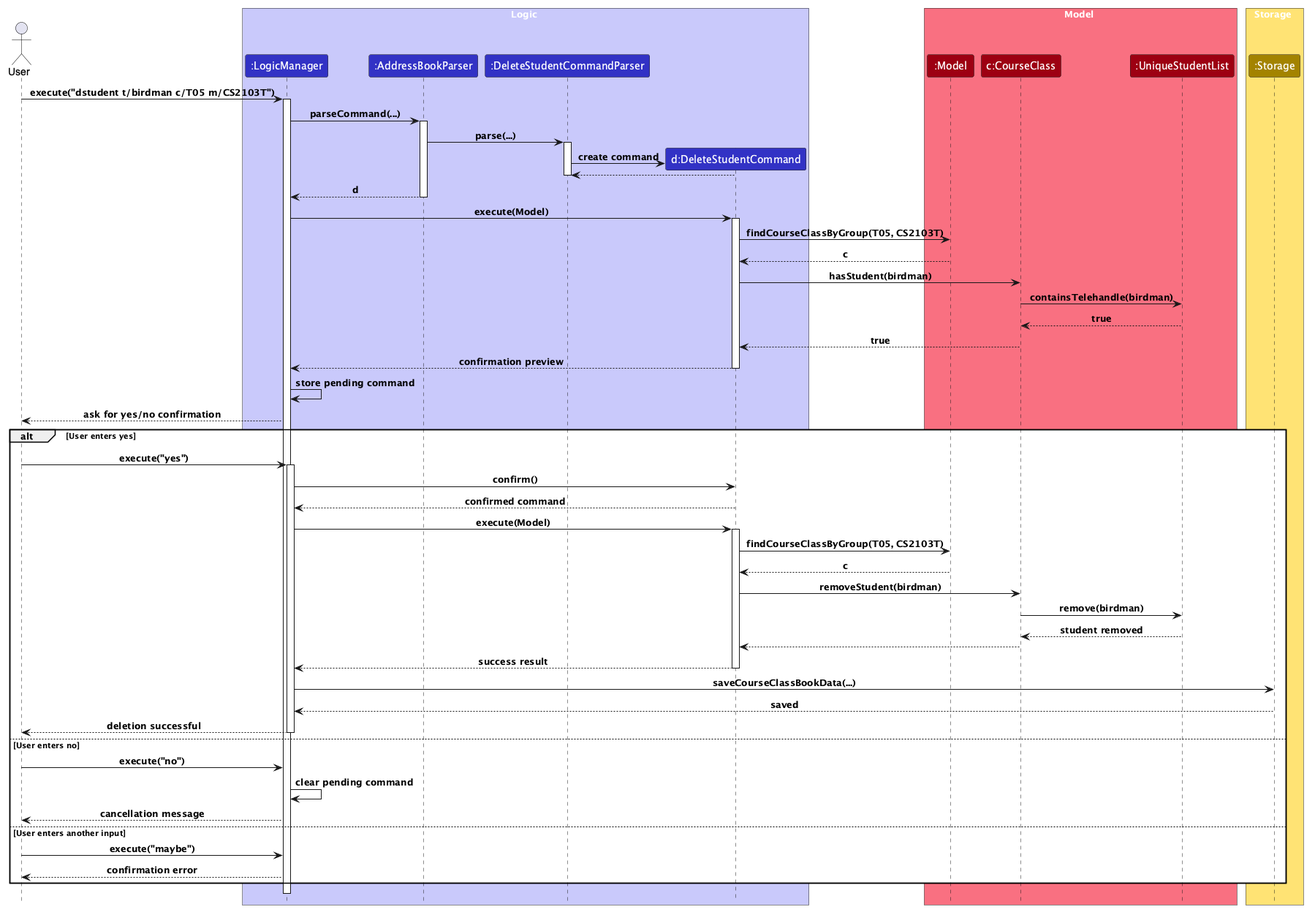
Earlier version of the PlantUML export docs/images/DeleteStudentSequenceDiagram.png (AY2627S1-CS2103T-F10-2/tp).
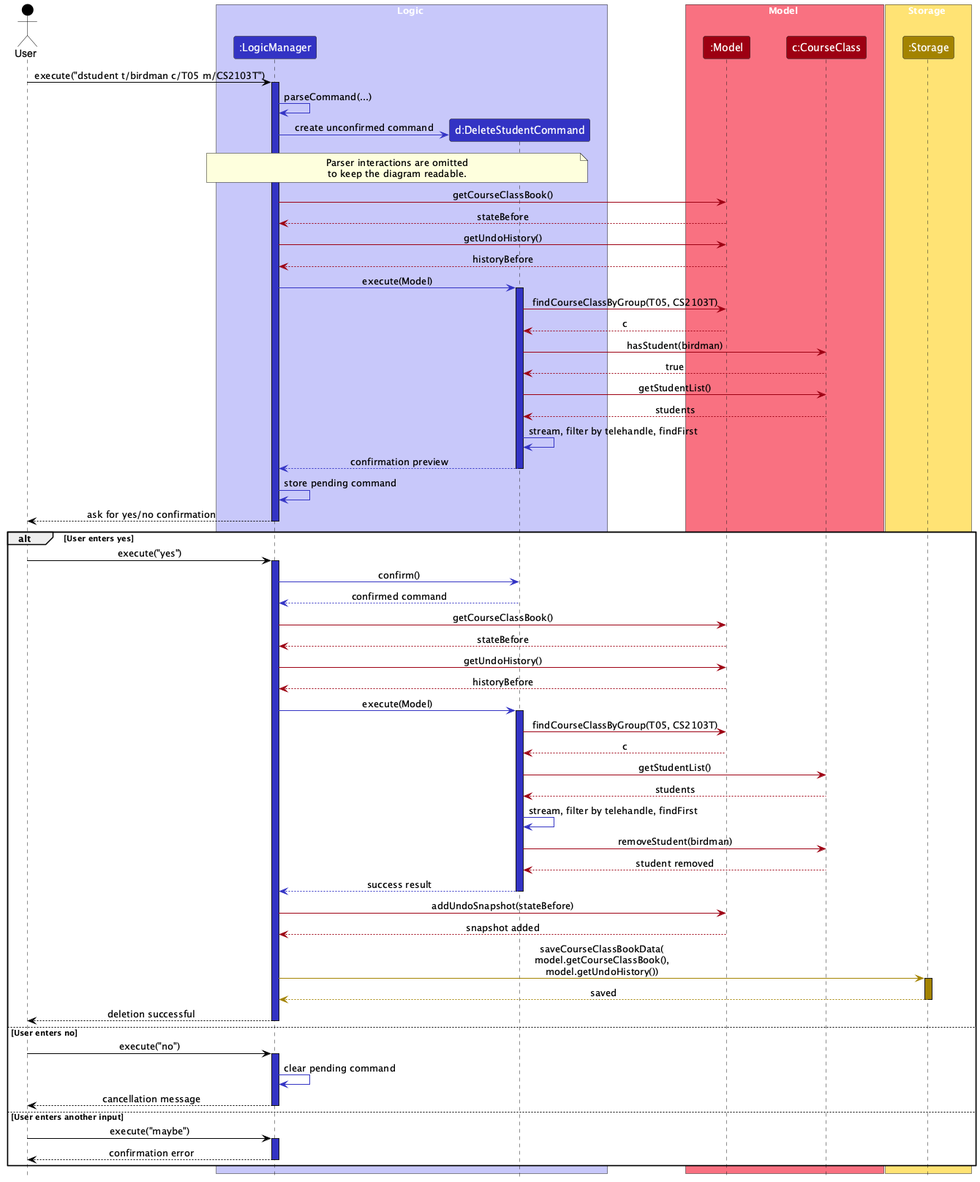
The same diagram one commit later.

Commit message:
docs: correct delete student sequence flow

Diff of the diagram source:
```diff
@@ -1,79 +1,92 @@
 @startuml
 !include style.puml
+skinparam ArrowFontStyle plain
 
-actor User
+actor User as user USER_COLOR
 
 box Logic LOGIC_COLOR_T1
 participant ":LogicManager" as LogicManager LOGIC_COLOR
-participant ":AddressBookParser" as AddressBookParser LOGIC_COLOR
-participant ":DeleteStudentCommandParser" as DeleteStudentCommandParser LOGIC_COLOR
 participant "d:DeleteStudentCommand" as DeleteStudentCommand LOGIC_COLOR
 end box
 
 box Model MODEL_COLOR_T1
 participant ":Model" as Model MODEL_COLOR
 participant "c:CourseClass" as CourseClass MODEL_COLOR
-participant ":UniqueStudentList" as UniqueStudentList MODEL_COLOR
 end box
 
 box Storage STORAGE_COLOR_T1
 participant ":Storage" as Storage STORAGE_COLOR
 end box
 
-User -> LogicManager : execute("dstudent t/birdman c/T05 m/CS2103T")
-activate LogicManager
+user -[USER_COLOR]> LogicManager : execute("dstudent t/birdman c/T05 m/CS2103T")
+activate LogicManager LOGIC_COLOR
+LogicManager -[LOGIC_COLOR]> LogicManager : parseCommand(...)
+create DeleteStudentCommand
+LogicManager -[LOGIC_COLOR]> DeleteStudentCommand : create unconfirmed command
+note over LogicManager, DeleteStudentCommand
+  Parser interactions are omitted
+  to keep the diagram readable.
+end note
 
-LogicManager -> AddressBookParser : parseCommand(...)
-activate AddressBookParser
-AddressBookParser -> DeleteStudentCommandParser : parse(...)
-activate DeleteStudentCommandParser
-create DeleteStudentCommand
-DeleteStudentCommandParser -> DeleteStudentCommand : create command
-DeleteStudentCommand --> DeleteStudentCommandParser
-deactivate DeleteStudentCommandParser
-AddressBookParser --> LogicManager : d
-deactivate AddressBookParser
+LogicManager -[MODEL_COLOR]> Model : getCourseClassBook()
+Model -[MODEL_COLOR]--> LogicManager : stateBefore
+LogicManager -[MODEL_COLOR]> Model : getUndoHistory()
+Model -[MODEL_COLOR]--> LogicManager : historyBefore
 
-LogicManager -> DeleteStudentCommand : execute(Model)
-activate DeleteStudentCommand
-DeleteStudentCommand -> Model : findCourseClassByGroup(T05, CS2103T)
-Model --> DeleteStudentCommand : c
-DeleteStudentCommand -> CourseClass : hasStudent(birdman)
-CourseClass -> UniqueStudentList : containsTelehandle(birdman)
-UniqueStudentList --> CourseClass : true
-CourseClass --> DeleteStudentCommand : true
-DeleteStudentCommand --> LogicManager : confirmation preview
+LogicManager -[LOGIC_COLOR]> DeleteStudentCommand : execute(Model)
+activate DeleteStudentCommand LOGIC_COLOR
+DeleteStudentCommand -[MODEL_COLOR]> Model : findCourseClassByGroup(T05, CS2103T)
+Model -[MODEL_COLOR]--> DeleteStudentCommand : c
+DeleteStudentCommand -[MODEL_COLOR]> CourseClass : hasStudent(birdman)
+CourseClass -[MODEL_COLOR]--> DeleteStudentCommand : true
+DeleteStudentCommand -[MODEL_COLOR]> CourseClass : getStudentList()
+CourseClass -[MODEL_COLOR]--> DeleteStudentCommand : students
+DeleteStudentCommand -[LOGIC_COLOR]> DeleteStudentCommand : stream, filter by telehandle, findFirst
+DeleteStudentCommand -[LOGIC_COLOR]--> LogicManager : confirmation preview
 deactivate DeleteStudentCommand
-LogicManager -> LogicManager : store pending command
-LogicManager --> User : ask for yes/no confirmation
+LogicManager -[LOGIC_COLOR]> LogicManager : store pending command
+LogicManager -[USER_COLOR]--> user : ask for yes/no confirmation
+deactivate LogicManager
 
 alt User enters yes
-    User -> LogicManager : execute("yes")
-    activate LogicManager
-    LogicManager -> DeleteStudentCommand : confirm()
-    DeleteStudentCommand --> LogicManager : confirmed command
-    LogicManager -> DeleteStudentCommand : execute(Model)
-    activate DeleteStudentCommand
-    DeleteStudentCommand -> Model : findCourseClassByGroup(T05, CS2103T)
-    Model --> DeleteStudentCommand : c
-    DeleteStudentCommand -> CourseClass : removeStudent(birdman)
-    CourseClass -> UniqueStudentList : remove(birdman)
-    UniqueStudentList --> CourseClass : student removed
-    CourseClass --> DeleteStudentCommand
-    DeleteStudentCommand --> LogicManager : success result
+    user -[USER_COLOR]> LogicManager : execute("yes")
+    activate LogicManager LOGIC_COLOR
+    LogicManager -[LOGIC_COLOR]> DeleteStudentCommand : confirm()
+    DeleteStudentCommand -[LOGIC_COLOR]--> LogicManager : confirmed command
+    LogicManager -[MODEL_COLOR]> Model : getCourseClassBook()
+    Model -[MODEL_COLOR]--> LogicManager : stateBefore
+    LogicManager -[MODEL_COLOR]> Model : getUndoHistory()
+    Model -[MODEL_COLOR]--> LogicManager : historyBefore
+    LogicManager -[LOGIC_COLOR]> DeleteStudentCommand : execute(Model)
+    activate DeleteStudentCommand LOGIC_COLOR
+    DeleteStudentCommand -[MODEL_COLOR]> Model : findCourseClassByGroup(T05, CS2103T)
+    Model -[MODEL_COLOR]--> DeleteStudentCommand : c
+    DeleteStudentCommand -[MODEL_COLOR]> CourseClass : getStudentList()
+    CourseClass -[MODEL_COLOR]--> DeleteStudentCommand : students
+    DeleteStudentCommand -[LOGIC_COLOR]> DeleteStudentCommand : stream, filter by telehandle, findFirst
+    DeleteStudentCommand -[MODEL_COLOR]> CourseClass : removeStudent(birdman)
+    CourseClass -[MODEL_COLOR]--> DeleteStudentCommand : student removed
+    DeleteStudentCommand -[LOGIC_COLOR]--> LogicManager : success result
     deactivate DeleteStudentCommand
-    LogicManager -> Storage : saveCourseClassBookData(...)
-    Storage --> LogicManager : saved
-    LogicManager --> User : deletion successful
+    LogicManager -[MODEL_COLOR]> Model : addUndoSnapshot(stateBefore)
+    Model -[MODEL_COLOR]--> LogicManager : snapshot added
+    LogicManager -[STORAGE_COLOR]> Storage : saveCourseClassBookData(\nmodel.getCourseClassBook(),\nmodel.getUndoHistory())
+    activate Storage STORAGE_COLOR
+    Storage -[STORAGE_COLOR]--> LogicManager : saved
+    deactivate Storage
+    LogicManager -[USER_COLOR]--> user : deletion successful
     deactivate LogicManager
 else User enters no
-    User -> LogicManager : execute("no")
-    LogicManager -> LogicManager : clear pending command
-    LogicManager --> User : cancellation message
+    user -[USER_COLOR]> LogicManager : execute("no")
+    activate LogicManager LOGIC_COLOR
+    LogicManager -[LOGIC_COLOR]> LogicManager : clear pending command
+    LogicManager -[USER_COLOR]--> user : cancellation message
+    deactivate LogicManager
 else User enters another input
-    User -> LogicManager : execute("maybe")
-    LogicManager --> User : confirmation error
+    user -[USER_COLOR]> LogicManager : execute("maybe")
+    activate LogicManager LOGIC_COLOR
+    LogicManager -[USER_COLOR]--> user : confirmation error
+    deactivate LogicManager
 end
 
-deactivate LogicManager
 @enduml
```
